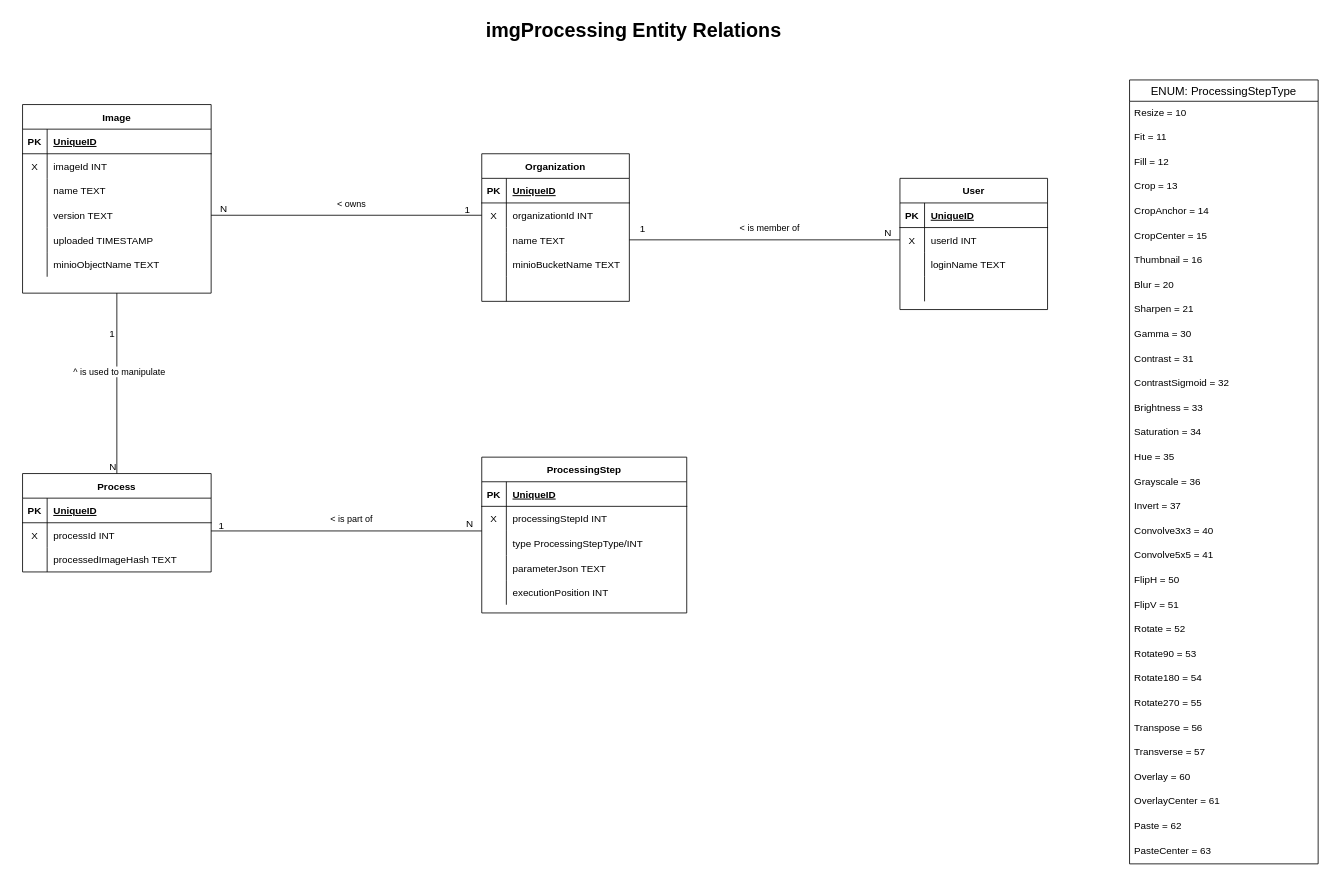
The draw.io diagram backend/doc/db_model.drawio in eikona-org/eikona, before the edit. Source tidied: cells renumbered, new cells numbered last; positions are measured from the earlier drawing's top-left corner, leaving out a move shared by most shapes. Both pictures are drawn from the tidied source at 82%, with x=0, y=0 at pixel (14, 14).
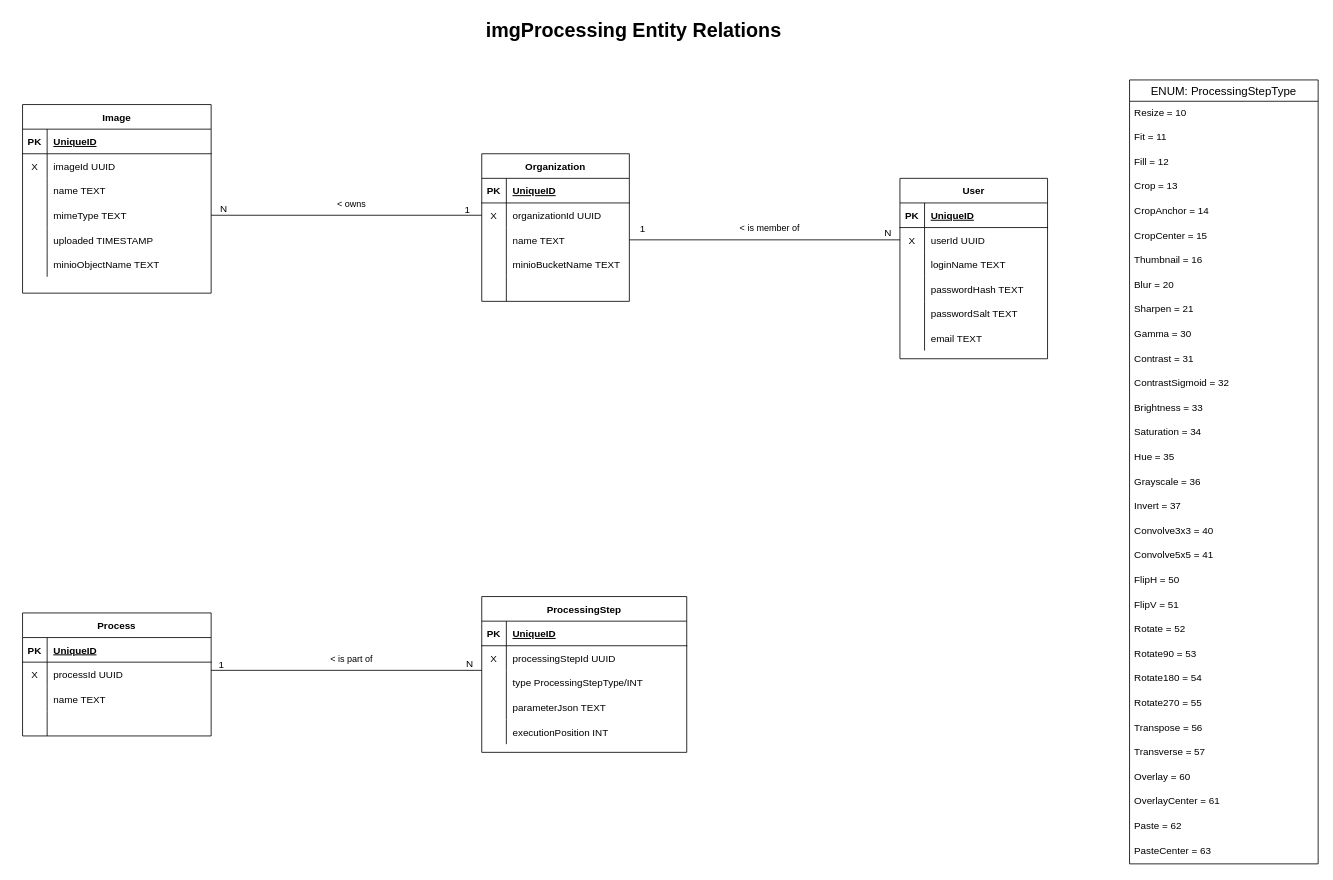
The same diagram, later.

Commit message:
Update Data Model

Unchanged cells that the change refers to:
```xml
<mxCell id="3" value="Image" style="shape=table;startSize=30;childLayout=tableLayout;rowLines=0;fontStyle=1;align=center;" parent="1" vertex="1">
  <mxGeometry x="10" y="110" width="230" height="230" as="geometry" />
</mxCell>
<mxCell id="7" style="shape=partialRectangle;fillColor=none;top=0;left=0;bottom=0;right=0;" parent="3" vertex="1">
  <mxGeometry y="60" width="230" height="30" as="geometry" />
</mxCell>
<mxCell id="13" style="shape=partialRectangle;fillColor=none;top=0;left=0;bottom=0;right=0;points=[[0,0.5],[1,0.5]];portConstraint=eastwest;" parent="3" vertex="1">
  <mxGeometry y="120" width="230" height="30" as="geometry" />
</mxCell>
<mxCell id="26" style="shape=partialRectangle;fillColor=none;top=0;left=0;bottom=0;right=0;points=[[0,0.5],[1,0.5]];portConstraint=eastwest;" parent="22" vertex="1">
  <mxGeometry y="60" width="180" height="30" as="geometry" />
</mxCell>
<mxCell id="47" style="shape=partialRectangle;fillColor=none;top=0;left=0;bottom=0;right=0;points=[[0,0.5],[1,0.5]];portConstraint=eastwest;" parent="43" vertex="1">
  <mxGeometry y="60" width="180" height="30" as="geometry" />
</mxCell>
<mxCell id="53" style="shape=partialRectangle;fillColor=none;top=0;left=0;bottom=0;right=0;" parent="43" vertex="1">
  <mxGeometry y="120" width="180" height="30" as="geometry" />
</mxCell>
<mxCell id="64" style="shape=partialRectangle;fillColor=none;top=0;left=0;bottom=0;right=0;" parent="60" vertex="1">
  <mxGeometry y="60" width="230" height="30" as="geometry" />
</mxCell>
<mxCell id="67" style="shape=partialRectangle;fillColor=none;top=0;left=0;bottom=0;right=0;" parent="60" vertex="1">
  <mxGeometry y="90" width="230" height="30" as="geometry" />
</mxCell>
<mxCell id="78" style="shape=partialRectangle;fillColor=none;top=0;left=0;bottom=0;right=0;" parent="74" vertex="1">
  <mxGeometry y="60" width="250" height="30" as="geometry" />
</mxCell>
```

Diff of the diagram source:
```diff
@@
-    <mxCell id="9" value="imageId INT" style="shape=partialRectangle;fillColor=none;top=0;left=0;bottom=0;right=0;align=left;spacingLeft=6;overflow=hidden;" parent="7" vertex="1">
+    <mxCell id="9" value="imageId UUID" style="shape=partialRectangle;fillColor=none;top=0;left=0;bottom=0;right=0;align=left;spacingLeft=6;overflow=hidden;" parent="7" vertex="1">
       <mxGeometry x="30" width="200" height="30" as="geometry" />
     </mxCell>
@@
-    <mxCell id="15" value="version TEXT" style="shape=partialRectangle;fillColor=none;top=0;left=0;bottom=0;right=0;align=left;spacingLeft=6;overflow=hidden;" parent="13" vertex="1">
+    <mxCell id="15" value="mimeType TEXT" style="shape=partialRectangle;fillColor=none;top=0;left=0;bottom=0;right=0;align=left;spacingLeft=6;overflow=hidden;" parent="13" vertex="1">
       <mxGeometry x="30" width="200" height="30" as="geometry" />
     </mxCell>
@@
-    <mxCell id="28" value="organizationId INT" style="shape=partialRectangle;fillColor=none;top=0;left=0;bottom=0;right=0;align=left;spacingLeft=6;overflow=hidden;" parent="26" vertex="1">
+    <mxCell id="28" value="organizationId UUID" style="shape=partialRectangle;fillColor=none;top=0;left=0;bottom=0;right=0;align=left;spacingLeft=6;overflow=hidden;" parent="26" vertex="1">
       <mxGeometry x="30" width="150" height="30" as="geometry" />
     </mxCell>
@@
     <mxCell id="43" value="User" style="shape=table;startSize=30;childLayout=tableLayout;rowLines=0;fontStyle=1;align=center;" parent="1" vertex="1">
-      <mxGeometry x="1080" y="200" width="180" height="160" as="geometry" />
+      <mxGeometry x="1080" y="200" width="180" height="220" as="geometry" />
     </mxCell>
@@
-    <mxCell id="49" value="userId INT" style="shape=partialRectangle;fillColor=none;top=0;left=0;bottom=0;right=0;align=left;spacingLeft=6;overflow=hidden;" parent="47" vertex="1">
+    <mxCell id="49" value="userId UUID" style="shape=partialRectangle;fillColor=none;top=0;left=0;bottom=0;right=0;align=left;spacingLeft=6;overflow=hidden;" parent="47" vertex="1">
       <mxGeometry x="30" width="150" height="30" as="geometry" />
     </mxCell>
@@
-    <mxCell id="55" style="shape=partialRectangle;fillColor=none;top=0;left=0;bottom=0;right=0;align=left;spacingLeft=6;overflow=hidden;" parent="53" vertex="1">
+    <mxCell id="55" value="passwordHash TEXT" style="shape=partialRectangle;fillColor=none;top=0;left=0;bottom=0;right=0;align=left;spacingLeft=6;overflow=hidden;" parent="53" vertex="1">
       <mxGeometry x="30" width="150" height="30" as="geometry" />
     </mxCell>
+    <mxCell id="126" style="shape=partialRectangle;fillColor=none;top=0;left=0;bottom=0;right=0;" parent="43" vertex="1">
+      <mxGeometry y="150" width="180" height="30" as="geometry" />
+    </mxCell>
+    <mxCell id="127" style="shape=partialRectangle;fillColor=none;top=0;left=0;bottom=0;right=0;overflow=hidden;" parent="126" vertex="1">
+      <mxGeometry width="30" height="30" as="geometry" />
+    </mxCell>
+    <mxCell id="128" value="passwordSalt TEXT" style="shape=partialRectangle;fillColor=none;top=0;left=0;bottom=0;right=0;align=left;spacingLeft=6;overflow=hidden;" parent="126" vertex="1">
+      <mxGeometry x="30" width="150" height="30" as="geometry" />
+    </mxCell>
+    <mxCell id="129" style="shape=partialRectangle;fillColor=none;top=0;left=0;bottom=0;right=0;" parent="43" vertex="1">
+      <mxGeometry y="180" width="180" height="30" as="geometry" />
+    </mxCell>
+    <mxCell id="130" style="shape=partialRectangle;fillColor=none;top=0;left=0;bottom=0;right=0;overflow=hidden;" parent="129" vertex="1">
+      <mxGeometry width="30" height="30" as="geometry" />
+    </mxCell>
+    <mxCell id="131" value="email TEXT" style="shape=partialRectangle;fillColor=none;top=0;left=0;bottom=0;right=0;align=left;spacingLeft=6;overflow=hidden;" parent="129" vertex="1">
+      <mxGeometry x="30" width="150" height="30" as="geometry" />
+    </mxCell>
@@
     <mxCell id="60" value="Process" style="shape=table;startSize=30;childLayout=tableLayout;rowLines=0;fontStyle=1;align=center;" parent="1" vertex="1">
-      <mxGeometry x="10" y="560" width="230" height="120" as="geometry" />
+      <mxGeometry x="10" y="730" width="230" height="150" as="geometry" />
     </mxCell>
@@
-    <mxCell id="66" value="processId INT" style="shape=partialRectangle;fillColor=none;top=0;left=0;bottom=0;right=0;align=left;spacingLeft=6;overflow=hidden;" parent="64" vertex="1">
+    <mxCell id="66" value="processId UUID" style="shape=partialRectangle;fillColor=none;top=0;left=0;bottom=0;right=0;align=left;spacingLeft=6;overflow=hidden;" parent="64" vertex="1">
       <mxGeometry x="30" width="200" height="30" as="geometry" />
     </mxCell>
@@
-    <mxCell id="69" value="processedImageHash TEXT" style="shape=partialRectangle;fillColor=none;top=0;left=0;bottom=0;right=0;align=left;spacingLeft=6;overflow=hidden;" parent="67" vertex="1">
+    <mxCell id="69" value="name TEXT" style="shape=partialRectangle;fillColor=none;top=0;left=0;bottom=0;right=0;align=left;spacingLeft=6;overflow=hidden;" parent="67" vertex="1">
       <mxGeometry x="30" width="200" height="30" as="geometry" />
     </mxCell>
-    <mxCell id="70" style="endArrow=none;html=1;rounded=0;entryX=0.5;entryY=0;entryDx=0;entryDy=0;exitX=0.5;exitY=1;exitDx=0;exitDy=0;" parent="1" edge="1" source="3" target="60">
-      <mxGeometry relative="1" as="geometry" />
-    </mxCell>
-    <mxCell id="71" value="N" style="html=1;align=right;verticalAlign=bottom;" parent="70" vertex="1">
-      <mxGeometry x="1" relative="1" as="geometry" />
-    </mxCell>
-    <mxCell id="72" value="^ is used to manipulate" style="edgeLabel;html=1;align=center;verticalAlign=middle;" parent="70" vertex="1">
-      <mxGeometry x="-0.14" y="2" relative="1" as="geometry" />
-    </mxCell>
-    <mxCell id="73" value="1" style="html=1;align=right;verticalAlign=bottom;" parent="1" vertex="1">
-      <mxGeometry x="135" y="570" as="geometry">
-        <mxPoint x="-12" y="-172" as="offset" />
-      </mxGeometry>
-    </mxCell>
+    <mxCell id="132" style="shape=partialRectangle;fillColor=none;top=0;left=0;bottom=0;right=0;" parent="60" vertex="1">
+      <mxGeometry y="120" width="230" height="30" as="geometry" />
+    </mxCell>
+    <mxCell id="133" style="shape=partialRectangle;fillColor=none;top=0;left=0;bottom=0;right=0;overflow=hidden;" parent="132" vertex="1">
+      <mxGeometry width="30" height="30" as="geometry" />
+    </mxCell>
+    <mxCell id="134" style="shape=partialRectangle;fillColor=none;top=0;left=0;bottom=0;right=0;align=left;spacingLeft=6;overflow=hidden;" parent="132" vertex="1">
+      <mxGeometry x="30" width="200" height="30" as="geometry" />
+    </mxCell>
     <mxCell id="74" value="ProcessingStep" style="shape=table;startSize=30;childLayout=tableLayout;rowLines=0;fontStyle=1;align=center;" parent="1" vertex="1">
-      <mxGeometry x="570" y="540" width="250" height="190" as="geometry" />
+      <mxGeometry x="570" y="710" width="250" height="190" as="geometry" />
     </mxCell>
@@
-    <mxCell id="80" value="processingStepId INT" style="shape=partialRectangle;fillColor=none;top=0;left=0;bottom=0;right=0;align=left;spacingLeft=6;overflow=hidden;" parent="78" vertex="1">
+    <mxCell id="80" value="processingStepId UUID" style="shape=partialRectangle;fillColor=none;top=0;left=0;bottom=0;right=0;align=left;spacingLeft=6;overflow=hidden;" parent="78" vertex="1">
       <mxGeometry x="30" width="220" height="30" as="geometry" />
     </mxCell>
@@
     <mxCell id="122" style="endArrow=none;html=1;rounded=0;exitX=1;exitY=0.5;exitDx=0;exitDy=0;entryX=0;entryY=0.5;entryDx=0;entryDy=0;" parent="1" edge="1">
       <mxGeometry relative="1" as="geometry">
-        <mxPoint x="240" y="630" as="sourcePoint" />
-        <mxPoint x="570" y="630" as="targetPoint" />
+        <mxPoint x="240" y="800" as="sourcePoint" />
+        <mxPoint x="570" y="800" as="targetPoint" />
       </mxGeometry>
     </mxCell>
@@
     <mxCell id="125" value="1" style="html=1;align=right;verticalAlign=bottom;" parent="1" vertex="1">
-      <mxGeometry x="260" y="630" as="geometry">
+      <mxGeometry x="260" y="800" as="geometry">
         <mxPoint x="-4" y="2" as="offset" />
       </mxGeometry>
     </mxCell>
+    <mxCell id="135" style="endArrow=none;html=1;rounded=0;exitX=0.5;exitY=1;exitDx=0;exitDy=0;entryX=0.5;entryY=0;entryDx=0;entryDy=0;" parent="1" edge="1" source="3">
+      <mxGeometry relative="1" as="geometry">
+        <mxPoint x="125" y="340" as="targetPoint" />
+      </mxGeometry>
+    </mxCell>
```
